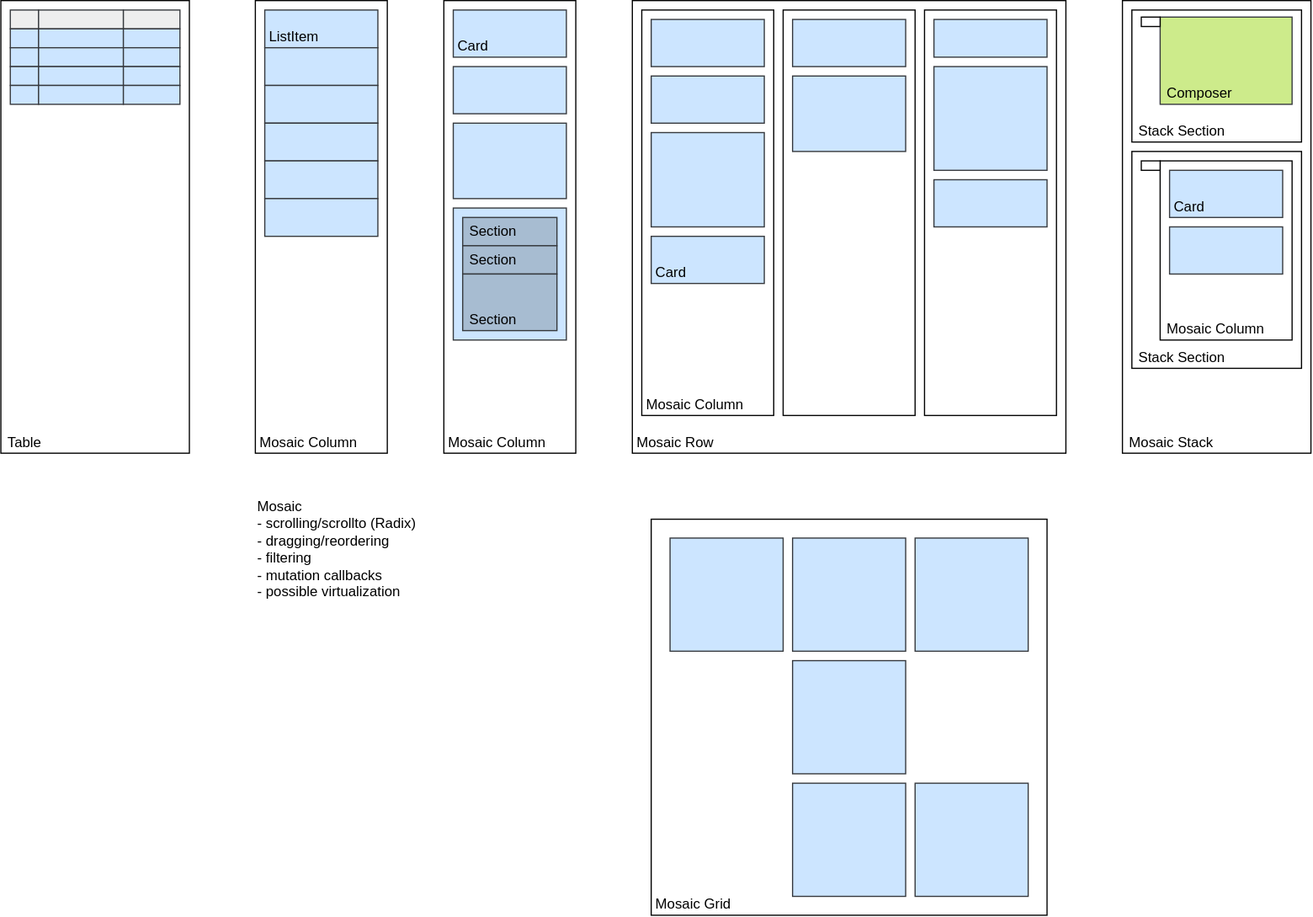
Earlier version of the draw.io export packages/experimental/mosaic/docs/ux/cards.drawio.svg (dxos/dxos). Source tidied: cells renumbered, new cells last; positions are measured from the earlier drawing's top-left corner, leaving out a move shared by most shapes. Its diagram source:
```xml
<mxGraphModel>
  <root>
    <mxCell id="0" />
    <mxCell id="1" parent="0" />
    <mxCell id="2" value="Mosaic Column" style="rounded=0;whiteSpace=wrap;html=1;align=left;verticalAlign=bottom;spacing=2;spacingLeft=2;spacingRight=2;" parent="1" vertex="1">
      <mxGeometry x="216" width="112" height="384" as="geometry" />
    </mxCell>
    <mxCell id="3" value="Mosaic Column" style="rounded=0;whiteSpace=wrap;html=1;align=left;verticalAlign=bottom;spacing=2;spacingLeft=2;spacingRight=2;" parent="1" vertex="1">
      <mxGeometry x="376" width="112" height="384" as="geometry" />
    </mxCell>
    <mxCell id="4" style="rounded=0;whiteSpace=wrap;html=1;spacing=2;spacingLeft=2;spacingRight=2;fillColor=#cce5ff;strokeColor=#36393d;" parent="1" vertex="1">
      <mxGeometry x="384" y="104" width="96" height="64" as="geometry" />
    </mxCell>
    <mxCell id="5" value="Card" style="rounded=0;whiteSpace=wrap;html=1;align=left;verticalAlign=bottom;spacing=2;spacingLeft=2;spacingRight=2;fillColor=#cce5ff;strokeColor=#36393d;" parent="1" vertex="1">
      <mxGeometry x="384" y="8" width="96" height="40" as="geometry" />
    </mxCell>
    <mxCell id="6" style="rounded=0;whiteSpace=wrap;html=1;spacing=2;spacingLeft=2;spacingRight=2;fillColor=#cce5ff;strokeColor=#36393d;" parent="1" vertex="1">
      <mxGeometry x="384" y="56" width="96" height="40" as="geometry" />
    </mxCell>
    <mxCell id="7" value="Mosaic Row" style="rounded=0;whiteSpace=wrap;html=1;align=left;verticalAlign=bottom;spacing=2;spacingLeft=2;spacingRight=2;" parent="1" vertex="1">
      <mxGeometry x="536" width="368" height="384" as="geometry" />
    </mxCell>
    <mxCell id="8" value="Mosaic Column" style="rounded=0;whiteSpace=wrap;html=1;align=left;verticalAlign=bottom;spacing=2;spacingLeft=2;spacingRight=2;" parent="1" vertex="1">
      <mxGeometry x="544" y="8" width="112" height="344" as="geometry" />
    </mxCell>
    <mxCell id="9" style="rounded=0;whiteSpace=wrap;html=1;spacing=2;spacingLeft=2;spacingRight=2;fillColor=#cce5ff;strokeColor=#36393d;" parent="1" vertex="1">
      <mxGeometry x="552" y="112" width="96" height="80" as="geometry" />
    </mxCell>
    <mxCell id="10" value="Card" style="rounded=0;whiteSpace=wrap;html=1;align=left;verticalAlign=bottom;spacing=2;spacingLeft=2;spacingRight=2;fillColor=#cce5ff;strokeColor=#36393d;" parent="1" vertex="1">
      <mxGeometry x="552" y="200" width="96" height="40" as="geometry" />
    </mxCell>
    <mxCell id="11" style="rounded=0;whiteSpace=wrap;html=1;spacing=2;spacingLeft=2;spacingRight=2;fillColor=#cce5ff;strokeColor=#36393d;" parent="1" vertex="1">
      <mxGeometry x="552" y="64" width="96" height="40" as="geometry" />
    </mxCell>
    <mxCell id="12" style="rounded=0;whiteSpace=wrap;html=1;spacing=2;spacingLeft=2;spacingRight=2;fillColor=#cce5ff;strokeColor=#36393d;" parent="1" vertex="1">
      <mxGeometry x="552" y="16" width="96" height="40" as="geometry" />
    </mxCell>
    <mxCell id="13" style="rounded=0;whiteSpace=wrap;html=1;align=left;verticalAlign=bottom;spacing=2;spacingLeft=2;spacingRight=2;" parent="1" vertex="1">
      <mxGeometry x="664" y="8" width="112" height="344" as="geometry" />
    </mxCell>
    <mxCell id="14" style="rounded=0;whiteSpace=wrap;html=1;spacing=2;spacingLeft=2;spacingRight=2;fillColor=#cce5ff;strokeColor=#36393d;" parent="1" vertex="1">
      <mxGeometry x="672" y="64" width="96" height="64" as="geometry" />
    </mxCell>
    <mxCell id="15" style="rounded=0;whiteSpace=wrap;html=1;spacing=2;spacingLeft=2;spacingRight=2;fillColor=#cce5ff;strokeColor=#36393d;" parent="1" vertex="1">
      <mxGeometry x="672" y="16" width="96" height="40" as="geometry" />
    </mxCell>
    <mxCell id="16" style="rounded=0;whiteSpace=wrap;html=1;align=left;verticalAlign=bottom;spacing=2;spacingLeft=2;spacingRight=2;" parent="1" vertex="1">
      <mxGeometry x="784" y="8" width="112" height="344" as="geometry" />
    </mxCell>
    <mxCell id="17" style="rounded=0;whiteSpace=wrap;html=1;spacing=2;spacingLeft=2;spacingRight=2;fillColor=#cce5ff;strokeColor=#36393d;" parent="1" vertex="1">
      <mxGeometry x="792" y="56" width="96" height="88" as="geometry" />
    </mxCell>
    <mxCell id="18" style="rounded=0;whiteSpace=wrap;html=1;spacing=2;spacingLeft=2;spacingRight=2;fillColor=#cce5ff;strokeColor=#36393d;" parent="1" vertex="1">
      <mxGeometry x="792" y="152" width="96" height="40" as="geometry" />
    </mxCell>
    <mxCell id="19" style="rounded=0;whiteSpace=wrap;html=1;spacing=2;spacingLeft=2;spacingRight=2;fillColor=#cce5ff;strokeColor=#36393d;" parent="1" vertex="1">
      <mxGeometry x="792" y="16" width="96" height="32" as="geometry" />
    </mxCell>
    <mxCell id="20" style="rounded=0;whiteSpace=wrap;html=1;spacing=2;spacingLeft=2;spacingRight=2;fillColor=#cce5ff;strokeColor=#36393d;" parent="1" vertex="1">
      <mxGeometry x="384" y="176" width="96" height="112" as="geometry" />
    </mxCell>
    <mxCell id="21" value="Section" style="rounded=0;whiteSpace=wrap;html=1;spacing=2;spacingLeft=4;spacingRight=2;align=left;fillColor=#A7BCD1;strokeColor=#36393d;" parent="1" vertex="1">
      <mxGeometry x="392" y="184" width="80" height="24" as="geometry" />
    </mxCell>
    <mxCell id="22" value="Section" style="rounded=0;whiteSpace=wrap;html=1;spacing=2;spacingLeft=4;spacingRight=2;align=left;fillColor=#A7BCD1;strokeColor=#36393d;" parent="1" vertex="1">
      <mxGeometry x="392" y="208" width="80" height="24" as="geometry" />
    </mxCell>
    <mxCell id="23" value="Section" style="rounded=0;whiteSpace=wrap;html=1;spacing=2;spacingLeft=4;spacingRight=2;align=left;verticalAlign=bottom;fillColor=#A7BCD1;strokeColor=#36393d;" parent="1" vertex="1">
      <mxGeometry x="392" y="232" width="80" height="48" as="geometry" />
    </mxCell>
    <mxCell id="24" value="Mosaic Stack" style="rounded=0;whiteSpace=wrap;html=1;align=left;verticalAlign=bottom;spacing=2;spacingLeft=4;spacingRight=2;" parent="1" vertex="1">
      <mxGeometry x="952" width="160" height="384" as="geometry" />
    </mxCell>
    <mxCell id="25" value="Stack Section" style="rounded=0;whiteSpace=wrap;html=1;spacing=2;spacingLeft=4;spacingRight=2;align=left;verticalAlign=bottom;" parent="1" vertex="1">
      <mxGeometry x="960" y="8" width="144" height="112" as="geometry" />
    </mxCell>
    <mxCell id="26" value="Stack Section" style="rounded=0;whiteSpace=wrap;html=1;spacing=2;spacingLeft=4;spacingRight=2;align=left;verticalAlign=bottom;" parent="1" vertex="1">
      <mxGeometry x="960" y="128" width="144" height="184" as="geometry" />
    </mxCell>
    <mxCell id="27" value="Mosaic Column" style="rounded=0;whiteSpace=wrap;html=1;spacing=2;spacingLeft=4;spacingRight=2;align=left;verticalAlign=bottom;" parent="1" vertex="1">
      <mxGeometry x="984" y="136" width="112" height="152" as="geometry" />
    </mxCell>
    <mxCell id="28" style="rounded=0;whiteSpace=wrap;html=1;" parent="1" vertex="1">
      <mxGeometry x="968" y="136" width="16" height="8" as="geometry" />
    </mxCell>
    <mxCell id="29" value="Composer" style="rounded=0;whiteSpace=wrap;html=1;spacing=2;spacingLeft=4;spacingRight=2;align=left;verticalAlign=bottom;fillColor=#cdeb8b;strokeColor=#36393d;" parent="1" vertex="1">
      <mxGeometry x="984" y="14" width="112" height="74" as="geometry" />
    </mxCell>
    <mxCell id="30" style="rounded=0;whiteSpace=wrap;html=1;" parent="1" vertex="1">
      <mxGeometry x="968" y="14" width="16" height="8" as="geometry" />
    </mxCell>
    <mxCell id="31" style="rounded=0;whiteSpace=wrap;html=1;align=left;verticalAlign=bottom;spacing=2;spacingLeft=2;spacingRight=2;fillColor=#cce5ff;strokeColor=#36393d;" parent="1" vertex="1">
      <mxGeometry x="992" y="192" width="96" height="40" as="geometry" />
    </mxCell>
    <mxCell id="32" value="Card" style="rounded=0;whiteSpace=wrap;html=1;align=left;verticalAlign=bottom;spacing=2;spacingLeft=2;spacingRight=2;fillColor=#cce5ff;strokeColor=#36393d;" parent="1" vertex="1">
      <mxGeometry x="992" y="144" width="96" height="40" as="geometry" />
    </mxCell>
    <mxCell id="33" value="ListItem" style="rounded=0;whiteSpace=wrap;html=1;align=left;verticalAlign=bottom;spacing=2;spacingLeft=2;spacingRight=2;fillColor=#cce5ff;strokeColor=#36393d;" parent="1" vertex="1">
      <mxGeometry x="224" y="8" width="96" height="32" as="geometry" />
    </mxCell>
    <mxCell id="34" style="rounded=0;whiteSpace=wrap;html=1;align=left;verticalAlign=bottom;spacing=2;spacingLeft=2;spacingRight=2;fillColor=#cce5ff;strokeColor=#36393d;" parent="1" vertex="1">
      <mxGeometry x="224" y="40" width="96" height="32" as="geometry" />
    </mxCell>
    <mxCell id="35" style="rounded=0;whiteSpace=wrap;html=1;align=left;verticalAlign=bottom;spacing=2;spacingLeft=2;spacingRight=2;fillColor=#cce5ff;strokeColor=#36393d;" parent="1" vertex="1">
      <mxGeometry x="224" y="72" width="96" height="32" as="geometry" />
    </mxCell>
    <mxCell id="36" style="rounded=0;whiteSpace=wrap;html=1;align=left;verticalAlign=bottom;spacing=2;spacingLeft=2;spacingRight=2;fillColor=#cce5ff;strokeColor=#36393d;" parent="1" vertex="1">
      <mxGeometry x="224" y="104" width="96" height="32" as="geometry" />
    </mxCell>
    <mxCell id="37" style="rounded=0;whiteSpace=wrap;html=1;align=left;verticalAlign=bottom;spacing=2;spacingLeft=2;spacingRight=2;fillColor=#cce5ff;strokeColor=#36393d;" parent="1" vertex="1">
      <mxGeometry x="224" y="136" width="96" height="32" as="geometry" />
    </mxCell>
    <mxCell id="38" style="rounded=0;whiteSpace=wrap;html=1;align=left;verticalAlign=bottom;spacing=2;spacingLeft=2;spacingRight=2;fillColor=#cce5ff;strokeColor=#36393d;" parent="1" vertex="1">
      <mxGeometry x="224" y="168" width="96" height="32" as="geometry" />
    </mxCell>
    <mxCell id="39" value="Mosaic&lt;br&gt;- scrolling/scrollto (Radix)&lt;br&gt;- dragging/reordering&lt;br&gt;- filtering&lt;br&gt;- mutation callbacks&lt;br&gt;- possible virtualization" style="rounded=0;whiteSpace=wrap;html=1;fillColor=none;strokeColor=none;align=left;verticalAlign=top;" parent="1" vertex="1">
      <mxGeometry x="216" y="416" width="328" height="128" as="geometry" />
    </mxCell>
    <mxCell id="40" value="Table" style="rounded=0;whiteSpace=wrap;html=1;align=left;verticalAlign=bottom;spacing=2;spacingLeft=4;spacingRight=2;" parent="1" vertex="1">
      <mxGeometry width="160" height="384" as="geometry" />
    </mxCell>
    <mxCell id="41" style="rounded=0;whiteSpace=wrap;html=1;align=left;verticalAlign=bottom;spacing=2;spacingLeft=2;spacingRight=2;fillColor=#eeeeee;strokeColor=#36393d;" parent="1" vertex="1">
      <mxGeometry x="8" y="8" width="24" height="16" as="geometry" />
    </mxCell>
    <mxCell id="42" style="rounded=0;whiteSpace=wrap;html=1;align=left;verticalAlign=bottom;spacing=2;spacingLeft=2;spacingRight=2;fillColor=#eeeeee;strokeColor=#36393d;" parent="1" vertex="1">
      <mxGeometry x="32" y="8" width="72" height="16" as="geometry" />
    </mxCell>
    <mxCell id="43" style="rounded=0;whiteSpace=wrap;html=1;align=left;verticalAlign=bottom;spacing=2;spacingLeft=2;spacingRight=2;fillColor=#eeeeee;strokeColor=#36393d;" parent="1" vertex="1">
      <mxGeometry x="104" y="8" width="48" height="16" as="geometry" />
    </mxCell>
    <mxCell id="44" style="rounded=0;whiteSpace=wrap;html=1;align=left;verticalAlign=bottom;spacing=2;spacingLeft=2;spacingRight=2;fillColor=#cce5ff;strokeColor=#36393d;" parent="1" vertex="1">
      <mxGeometry x="8" y="24" width="24" height="16" as="geometry" />
    </mxCell>
    <mxCell id="45" style="rounded=0;whiteSpace=wrap;html=1;align=left;verticalAlign=bottom;spacing=2;spacingLeft=2;spacingRight=2;fillColor=#cce5ff;strokeColor=#36393d;" parent="1" vertex="1">
      <mxGeometry x="32" y="24" width="72" height="16" as="geometry" />
    </mxCell>
    <mxCell id="46" style="rounded=0;whiteSpace=wrap;html=1;align=left;verticalAlign=bottom;spacing=2;spacingLeft=2;spacingRight=2;fillColor=#cce5ff;strokeColor=#36393d;" parent="1" vertex="1">
      <mxGeometry x="104" y="24" width="48" height="16" as="geometry" />
    </mxCell>
    <mxCell id="47" style="rounded=0;whiteSpace=wrap;html=1;align=left;verticalAlign=bottom;spacing=2;spacingLeft=2;spacingRight=2;fillColor=#cce5ff;strokeColor=#36393d;" parent="1" vertex="1">
      <mxGeometry x="8" y="40" width="24" height="16" as="geometry" />
    </mxCell>
    <mxCell id="48" style="rounded=0;whiteSpace=wrap;html=1;align=left;verticalAlign=bottom;spacing=2;spacingLeft=2;spacingRight=2;fillColor=#cce5ff;strokeColor=#36393d;" parent="1" vertex="1">
      <mxGeometry x="32" y="40" width="72" height="16" as="geometry" />
    </mxCell>
    <mxCell id="49" style="rounded=0;whiteSpace=wrap;html=1;align=left;verticalAlign=bottom;spacing=2;spacingLeft=2;spacingRight=2;fillColor=#cce5ff;strokeColor=#36393d;" parent="1" vertex="1">
      <mxGeometry x="104" y="40" width="48" height="16" as="geometry" />
    </mxCell>
    <mxCell id="50" style="rounded=0;whiteSpace=wrap;html=1;align=left;verticalAlign=bottom;spacing=2;spacingLeft=2;spacingRight=2;fillColor=#cce5ff;strokeColor=#36393d;" parent="1" vertex="1">
      <mxGeometry x="8" y="56" width="24" height="16" as="geometry" />
    </mxCell>
    <mxCell id="51" style="rounded=0;whiteSpace=wrap;html=1;align=left;verticalAlign=bottom;spacing=2;spacingLeft=2;spacingRight=2;fillColor=#cce5ff;strokeColor=#36393d;" parent="1" vertex="1">
      <mxGeometry x="32" y="56" width="72" height="16" as="geometry" />
    </mxCell>
    <mxCell id="52" style="rounded=0;whiteSpace=wrap;html=1;align=left;verticalAlign=bottom;spacing=2;spacingLeft=2;spacingRight=2;fillColor=#cce5ff;strokeColor=#36393d;" parent="1" vertex="1">
      <mxGeometry x="104" y="56" width="48" height="16" as="geometry" />
    </mxCell>
    <mxCell id="53" style="rounded=0;whiteSpace=wrap;html=1;align=left;verticalAlign=bottom;spacing=2;spacingLeft=2;spacingRight=2;fillColor=#cce5ff;strokeColor=#36393d;" parent="1" vertex="1">
      <mxGeometry x="8" y="72" width="24" height="16" as="geometry" />
    </mxCell>
    <mxCell id="54" style="rounded=0;whiteSpace=wrap;html=1;align=left;verticalAlign=bottom;spacing=2;spacingLeft=2;spacingRight=2;fillColor=#cce5ff;strokeColor=#36393d;" parent="1" vertex="1">
      <mxGeometry x="32" y="72" width="72" height="16" as="geometry" />
    </mxCell>
    <mxCell id="55" style="rounded=0;whiteSpace=wrap;html=1;align=left;verticalAlign=bottom;spacing=2;spacingLeft=2;spacingRight=2;fillColor=#cce5ff;strokeColor=#36393d;" parent="1" vertex="1">
      <mxGeometry x="104" y="72" width="48" height="16" as="geometry" />
    </mxCell>
    <mxCell id="56" value="Mosaic Grid" style="rounded=0;whiteSpace=wrap;html=1;align=left;verticalAlign=bottom;spacing=2;spacingLeft=2;spacingRight=2;" parent="1" vertex="1">
      <mxGeometry x="552" y="440" width="336" height="336" as="geometry" />
    </mxCell>
    <mxCell id="57" style="rounded=0;whiteSpace=wrap;html=1;spacing=2;spacingLeft=2;spacingRight=2;fillColor=#cce5ff;strokeColor=#36393d;" parent="1" vertex="1">
      <mxGeometry x="568" y="456" width="96" height="96" as="geometry" />
    </mxCell>
    <mxCell id="58" style="rounded=0;whiteSpace=wrap;html=1;spacing=2;spacingLeft=2;spacingRight=2;fillColor=#cce5ff;strokeColor=#36393d;" parent="1" vertex="1">
      <mxGeometry x="672" y="456" width="96" height="96" as="geometry" />
    </mxCell>
    <mxCell id="59" style="rounded=0;whiteSpace=wrap;html=1;spacing=2;spacingLeft=2;spacingRight=2;fillColor=#cce5ff;strokeColor=#36393d;" parent="1" vertex="1">
      <mxGeometry x="776" y="456" width="96" height="96" as="geometry" />
    </mxCell>
    <mxCell id="60" style="rounded=0;whiteSpace=wrap;html=1;spacing=2;spacingLeft=2;spacingRight=2;fillColor=#cce5ff;strokeColor=#36393d;" parent="1" vertex="1">
      <mxGeometry x="672" y="560" width="96" height="96" as="geometry" />
    </mxCell>
    <mxCell id="61" style="rounded=0;whiteSpace=wrap;html=1;spacing=2;spacingLeft=2;spacingRight=2;fillColor=#cce5ff;strokeColor=#36393d;" parent="1" vertex="1">
      <mxGeometry x="672" y="664" width="96" height="96" as="geometry" />
    </mxCell>
    <mxCell id="62" style="rounded=0;whiteSpace=wrap;html=1;spacing=2;spacingLeft=2;spacingRight=2;fillColor=#cce5ff;strokeColor=#36393d;" parent="1" vertex="1">
      <mxGeometry x="776" y="664" width="96" height="96" as="geometry" />
    </mxCell>
  </root>
</mxGraphModel>
```
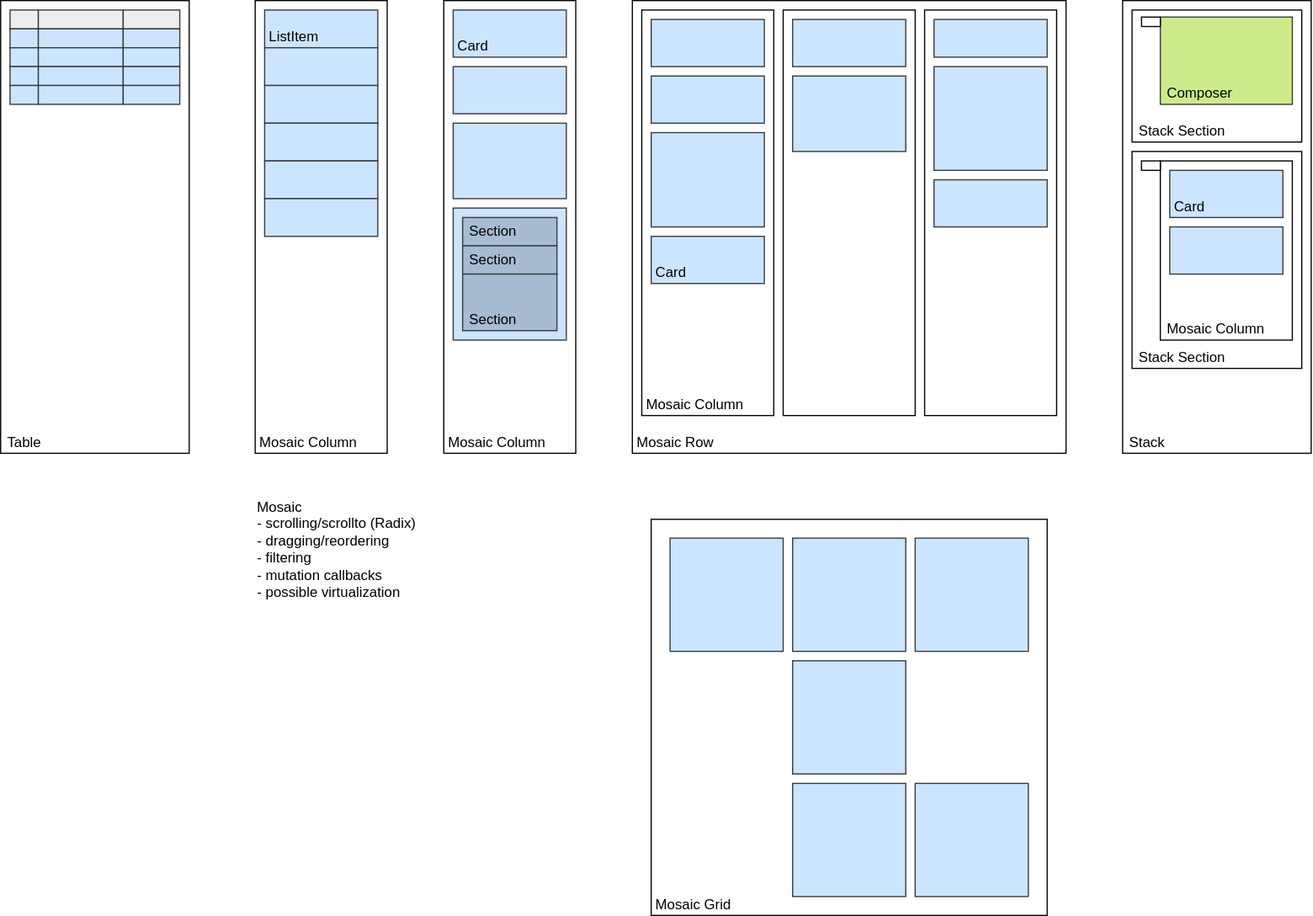
Later version of the same file.

The edit, as a diff of the source:
```diff
@@ -68,7 +68,7 @@
     <mxCell id="23" value="Section" style="rounded=0;whiteSpace=wrap;html=1;spacing=2;spacingLeft=4;spacingRight=2;align=left;verticalAlign=bottom;fillColor=#A7BCD1;strokeColor=#36393d;" parent="1" vertex="1">
       <mxGeometry x="392" y="232" width="80" height="48" as="geometry" />
     </mxCell>
-    <mxCell id="24" value="Mosaic Stack" style="rounded=0;whiteSpace=wrap;html=1;align=left;verticalAlign=bottom;spacing=2;spacingLeft=4;spacingRight=2;" parent="1" vertex="1">
+    <mxCell id="24" value="Stack" style="rounded=0;whiteSpace=wrap;html=1;align=left;verticalAlign=bottom;spacing=2;spacingLeft=4;spacingRight=2;" parent="1" vertex="1">
       <mxGeometry x="952" width="160" height="384" as="geometry" />
     </mxCell>
     <mxCell id="25" value="Stack Section" style="rounded=0;whiteSpace=wrap;html=1;spacing=2;spacingLeft=4;spacingRight=2;align=left;verticalAlign=bottom;" parent="1" vertex="1">
```
